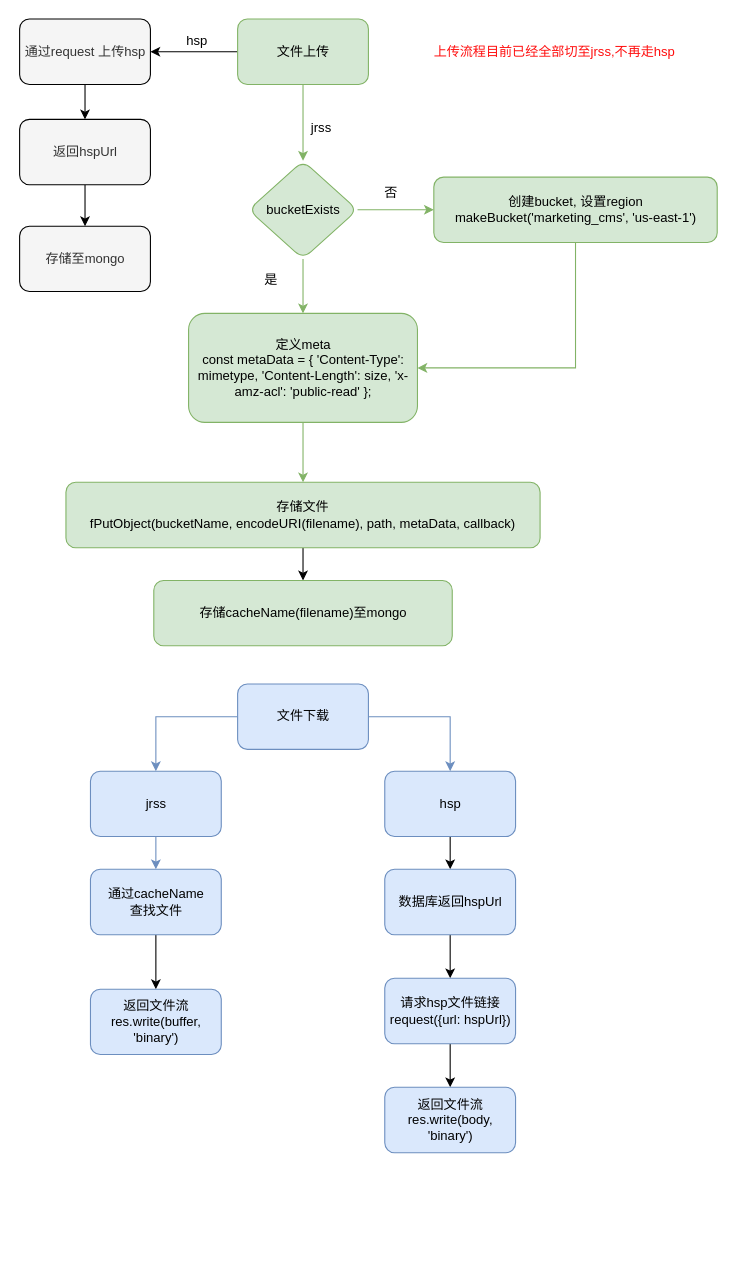
This is 未命名绘图.drawio from senyawang/drawio, a draw.io file, before an edit. Source tidied: cells renumbered, new cells numbered last; positions are measured from the earlier drawing's top-left corner, leaving out a move shared by most shapes. Both pictures are drawn from the tidied source at 109%, with x=0, y=0 at pixel (20, 19).
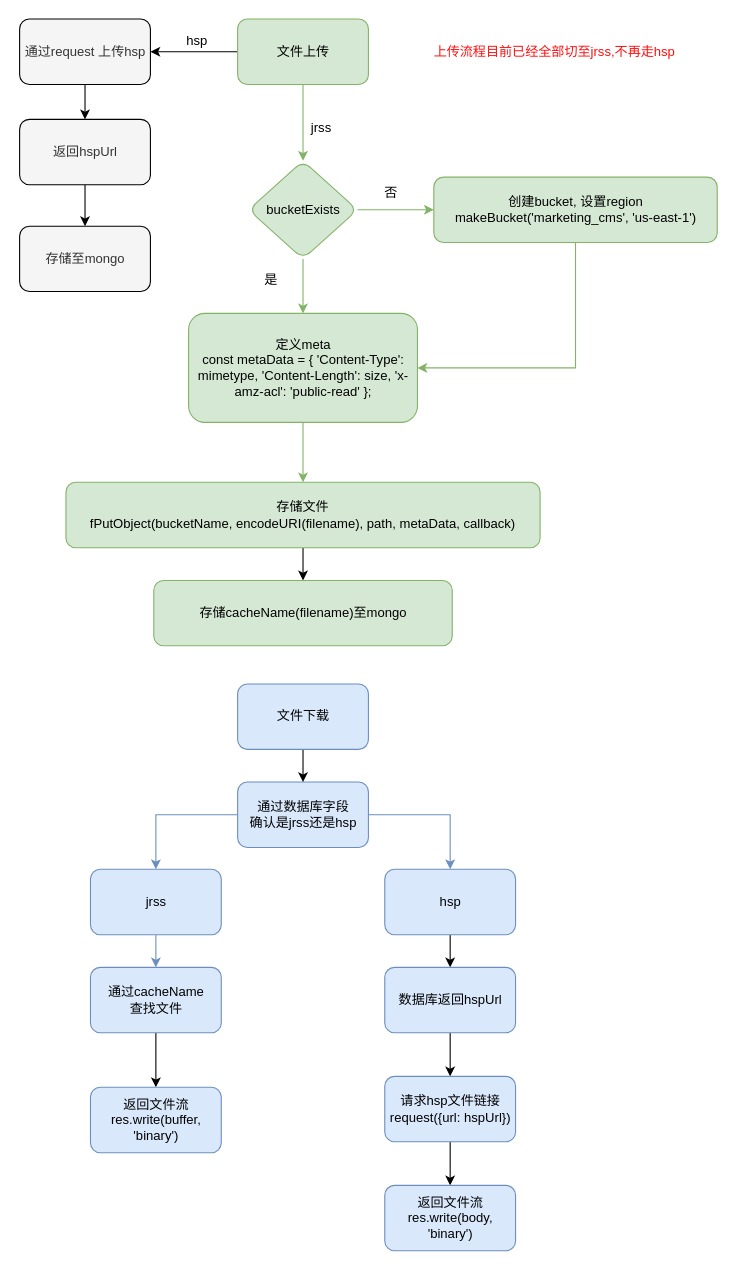
The same diagram, later.

Commit message:
更新未命名绘图.drawio

The edit, as a diff of the source:
```diff
@@
-    <mxCell id="18" value="文件下载" style="rounded=1;whiteSpace=wrap;html=1;fillColor=#dae8fc;strokeColor=#6c8ebf;" parent="1" vertex="1">
-      <mxGeometry x="199.5" y="610" width="120" height="60" as="geometry" />
+    <mxCell id="18" value="通过数据库字段&lt;br&gt;确认是jrss还是hsp" style="rounded=1;whiteSpace=wrap;html=1;fillColor=#dae8fc;strokeColor=#6c8ebf;" parent="1" vertex="1">
+      <mxGeometry x="199.5" y="700" width="120" height="60" as="geometry" />
     </mxCell>
@@
     <mxCell id="20" value="jrss" style="rounded=1;whiteSpace=wrap;html=1;fillColor=#dae8fc;strokeColor=#6c8ebf;" parent="1" vertex="1">
-      <mxGeometry x="64.5" y="690" width="120" height="60" as="geometry" />
+      <mxGeometry x="64.5" y="780" width="120" height="60" as="geometry" />
     </mxCell>
@@
     <mxCell id="22" value="hsp" style="rounded=1;whiteSpace=wrap;html=1;fillColor=#dae8fc;strokeColor=#6c8ebf;" parent="1" vertex="1">
-      <mxGeometry x="334.5" y="690" width="120" height="60" as="geometry" />
+      <mxGeometry x="334.5" y="780" width="120" height="60" as="geometry" />
     </mxCell>
@@
     <mxCell id="24" value="通过cacheName&lt;br&gt;查找文件" style="rounded=1;whiteSpace=wrap;html=1;fillColor=#dae8fc;strokeColor=#6c8ebf;" parent="1" vertex="1">
-      <mxGeometry x="64.5" y="780" width="120" height="60" as="geometry" />
+      <mxGeometry x="64.5" y="870" width="120" height="60" as="geometry" />
     </mxCell>
     <mxCell id="25" value="返回文件流&lt;br&gt;res.write(buffer, 'binary')" style="rounded=1;whiteSpace=wrap;html=1;fillColor=#dae8fc;strokeColor=#6c8ebf;" parent="1" vertex="1">
-      <mxGeometry x="64.5" y="890" width="120" height="60" as="geometry" />
+      <mxGeometry x="64.5" y="980" width="120" height="60" as="geometry" />
     </mxCell>
@@
     <mxCell id="27" value="数据库返回hspUrl" style="rounded=1;whiteSpace=wrap;html=1;fillColor=#dae8fc;strokeColor=#6c8ebf;" parent="1" vertex="1">
-      <mxGeometry x="334.5" y="780" width="120" height="60" as="geometry" />
+      <mxGeometry x="334.5" y="870" width="120" height="60" as="geometry" />
     </mxCell>
@@
     <mxCell id="29" value="请求hsp文件链接&lt;br&gt;request({url: hspUrl})" style="rounded=1;whiteSpace=wrap;html=1;fillColor=#dae8fc;strokeColor=#6c8ebf;" parent="1" vertex="1">
-      <mxGeometry x="334.5" y="880" width="120" height="60" as="geometry" />
+      <mxGeometry x="334.5" y="970" width="120" height="60" as="geometry" />
     </mxCell>
     <mxCell id="30" value="返回文件流&lt;br&gt;res.write(body, 'binary')" style="rounded=1;whiteSpace=wrap;html=1;fillColor=#dae8fc;strokeColor=#6c8ebf;" parent="1" vertex="1">
-      <mxGeometry x="334.5" y="980" width="120" height="60" as="geometry" />
+      <mxGeometry x="334.5" y="1070" width="120" height="60" as="geometry" />
     </mxCell>
@@
+    <mxCell id="40" style="edgeStyle=orthogonalEdgeStyle;rounded=0;jettySize=auto;html=1;exitX=0.5;exitY=1;exitDx=0;exitDy=0;strokeColor=default;fontColor=#FF0D0D;" parent="1" edge="1" source="41" target="18">
+      <mxGeometry relative="1" as="geometry" />
+    </mxCell>
+    <mxCell id="41" value="文件下载" style="rounded=1;whiteSpace=wrap;html=1;fillColor=#dae8fc;strokeColor=#6c8ebf;" parent="1" vertex="1">
+      <mxGeometry x="199.5" y="610" width="120" height="60" as="geometry" />
+    </mxCell>
```
